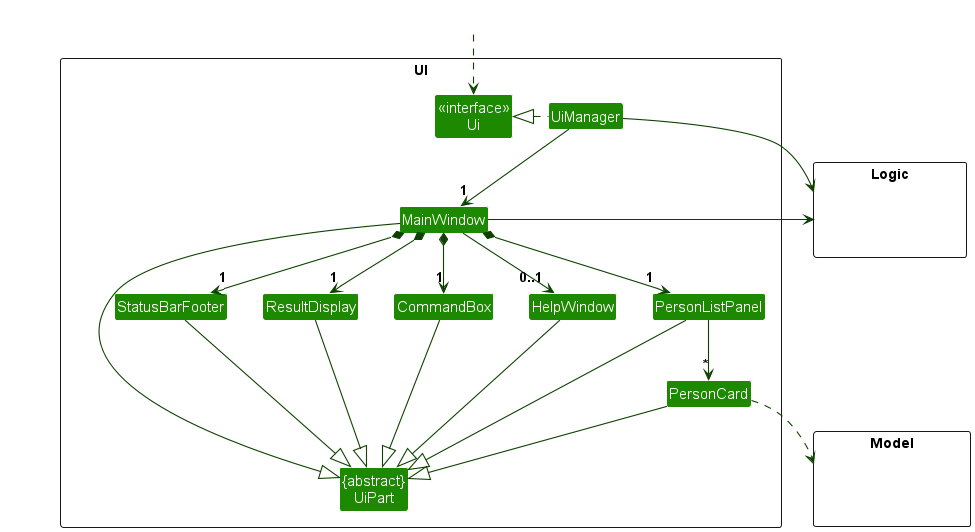
This is docs/images/UiClassDiagram.png from nus-cs2103-AY2425S1/tp, a PlantUML export, as it was before one commit.
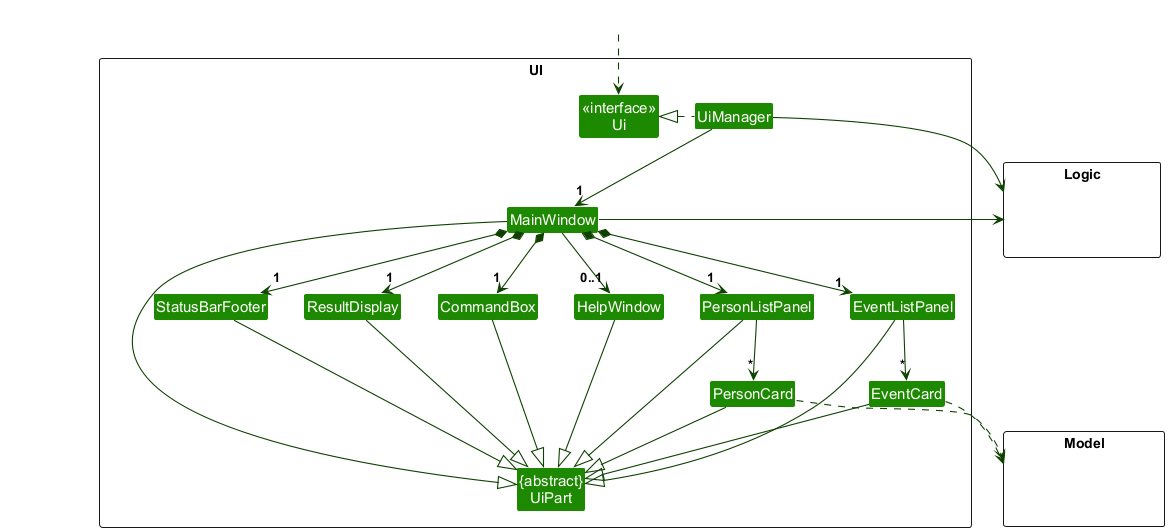
The same file after the commit.

Commit message:
Update Ui class diagram

Change to the diagram source:
```diff
@@ -13,6 +13,8 @@
 Class ResultDisplay
 Class PersonListPanel
 Class PersonCard
+Class EventListPanel
+Class EventCard
 Class StatusBarFooter
 Class CommandBox
 }
@@ -33,24 +35,30 @@
 MainWindow *-down->  "1" CommandBox
 MainWindow *-down-> "1" ResultDisplay
 MainWindow *-down-> "1" PersonListPanel
+MainWindow *-down-> "1" EventListPanel
 MainWindow *-down-> "1" StatusBarFooter
 MainWindow --> "0..1" HelpWindow
 
 PersonListPanel -down-> "*" PersonCard
+EventListPanel -down-> "*" EventCard
 
 MainWindow -left-|> UiPart
 
 ResultDisplay --|> UiPart
 CommandBox --|> UiPart
 PersonListPanel --|> UiPart
+EventListPanel --|> UiPart
 PersonCard --|> UiPart
+EventCard --|> UiPart
 StatusBarFooter --|> UiPart
 HelpWindow --|> UiPart
 
 PersonCard ..> Model
+EventCard ..> Model
 UiManager -right-> Logic
 MainWindow -left-> Logic
 
+EventListPanel -[hidden]left- PersonListPanel
 PersonListPanel -[hidden]left- HelpWindow
 HelpWindow -[hidden]left- CommandBox
 CommandBox -[hidden]left- ResultDisplay
```
